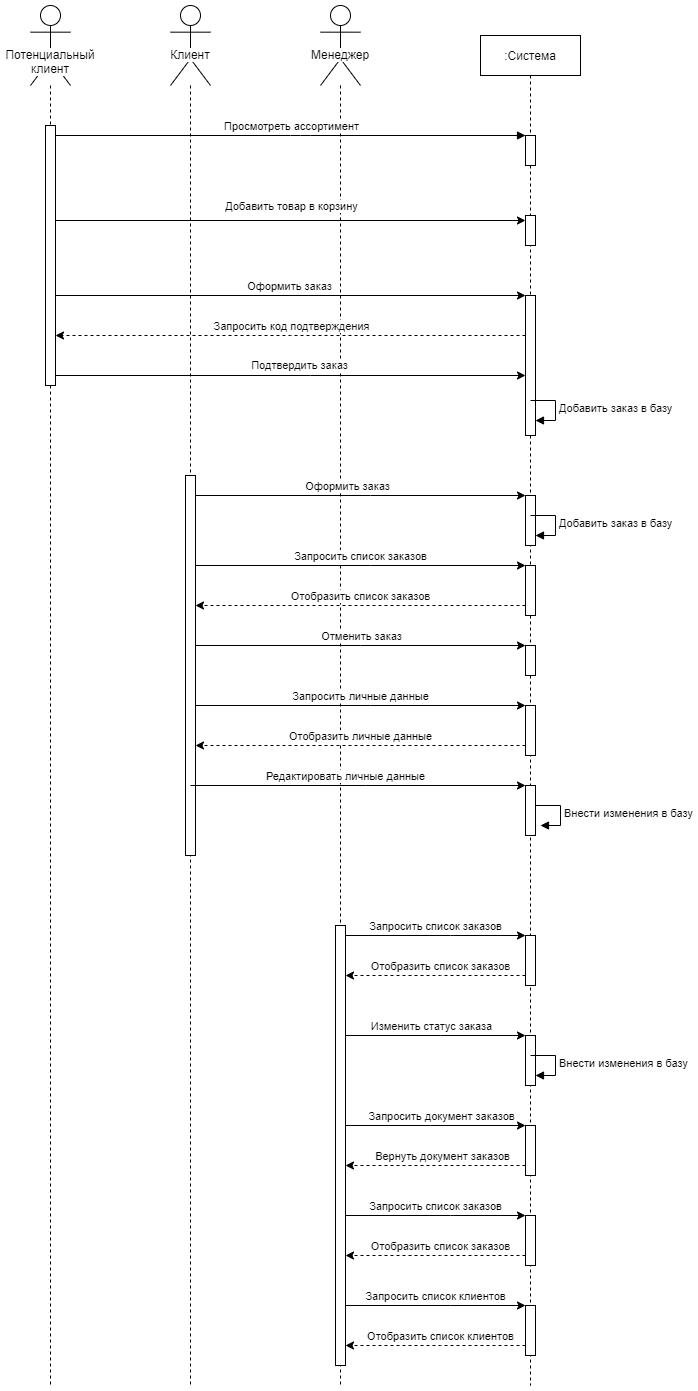
This is Документация/diagrams/sequence.png from pieceee/water-order, a draw.io export, as it was before one commit. Source tidied: cells renumbered, new cells last; positions are measured from the earlier drawing's top-left corner, leaving out a move shared by most shapes.
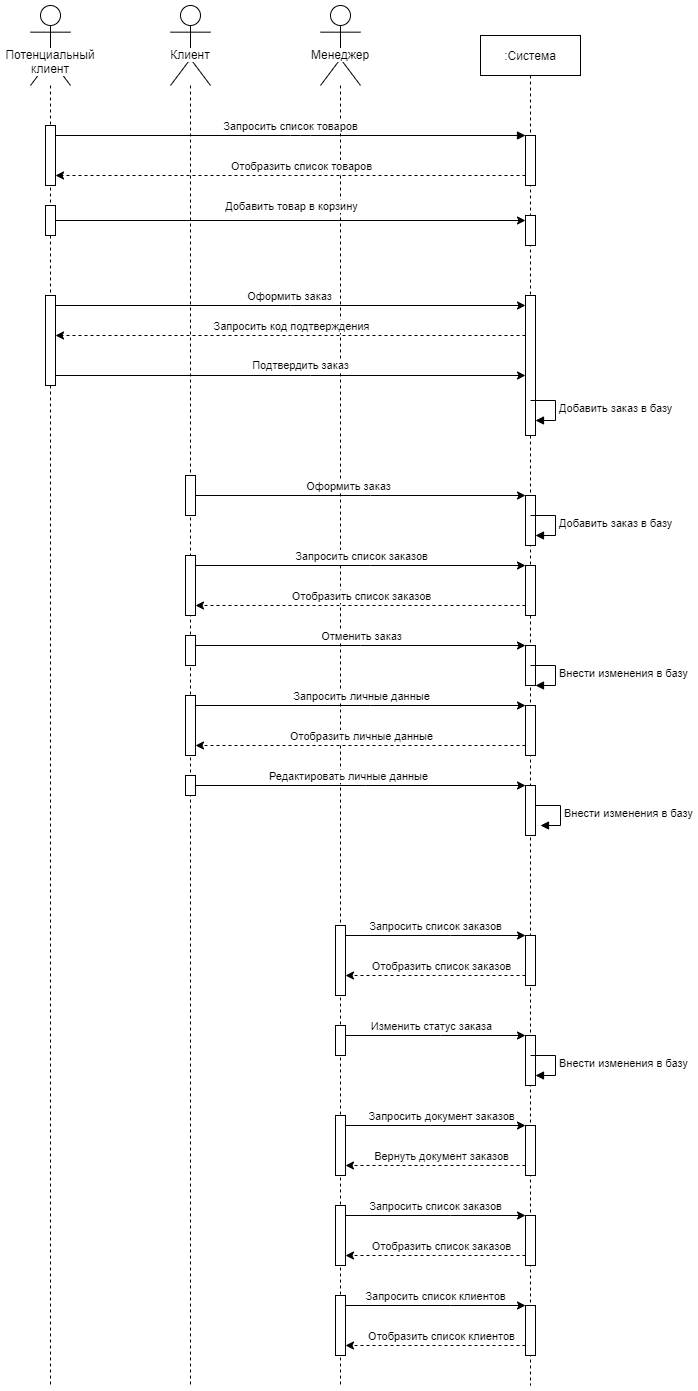
Above is the later version.

Commit message:
activity, sequence(fix)

What changed in the source:
```diff
@@ -6,25 +6,55 @@
       <mxGeometry width="40" height="1380" as="geometry" />
     </mxCell>
     <mxCell id="3" style="html=1;points=[];perimeter=orthogonalPerimeter;" parent="2" vertex="1">
-      <mxGeometry x="15" y="120" width="10" height="260" as="geometry" />
+      <mxGeometry x="15" y="120" width="10" height="60" as="geometry" />
     </mxCell>
+    <mxCell id="66" style="html=1;perimeter=orthogonalPerimeter;" parent="2" vertex="1">
+      <mxGeometry x="15" y="200" width="10" height="30" as="geometry" />
+    </mxCell>
+    <mxCell id="67" style="html=1;points=[];perimeter=orthogonalPerimeter;" parent="2" vertex="1">
+      <mxGeometry x="15" y="290" width="10" height="90" as="geometry" />
+    </mxCell>
     <mxCell id="4" value="Клиент" style="shape=umlLifeline;participant=umlActor;perimeter=lifelinePerimeter;whiteSpace=wrap;html=1;verticalAlign=top;spacingTop=36;labelBackgroundColor=#ffffff;size=80;" parent="1" vertex="1">
       <mxGeometry x="140" width="40" height="1380" as="geometry" />
     </mxCell>
     <mxCell id="5" style="html=1;points=[];perimeter=orthogonalPerimeter;" parent="4" vertex="1">
-      <mxGeometry x="15" y="470" width="10" height="380" as="geometry" />
+      <mxGeometry x="15" y="470" width="10" height="40" as="geometry" />
     </mxCell>
+    <mxCell id="68" style="html=1;points=[];perimeter=orthogonalPerimeter;" parent="4" vertex="1">
+      <mxGeometry x="15" y="550" width="10" height="60" as="geometry" />
+    </mxCell>
+    <mxCell id="69" style="html=1;points=[];perimeter=orthogonalPerimeter;" parent="4" vertex="1">
+      <mxGeometry x="15" y="630" width="10" height="30" as="geometry" />
+    </mxCell>
+    <mxCell id="70" style="html=1;perimeter=orthogonalPerimeter;" parent="4" vertex="1">
+      <mxGeometry x="15" y="690" width="10" height="60" as="geometry" />
+    </mxCell>
+    <mxCell id="71" style="html=1;points=[];perimeter=orthogonalPerimeter;" parent="4" vertex="1">
+      <mxGeometry x="15" y="770" width="10" height="20" as="geometry" />
+    </mxCell>
     <mxCell id="6" value="Менеджер" style="shape=umlLifeline;participant=umlActor;perimeter=lifelinePerimeter;whiteSpace=wrap;html=1;verticalAlign=top;spacingTop=36;labelBackgroundColor=#ffffff;size=80;" parent="1" vertex="1">
       <mxGeometry x="290" width="40" height="1380" as="geometry" />
     </mxCell>
     <mxCell id="7" style="html=1;points=[];perimeter=orthogonalPerimeter;" parent="6" vertex="1">
-      <mxGeometry x="15" y="920" width="10" height="440" as="geometry" />
+      <mxGeometry x="15" y="920" width="10" height="70" as="geometry" />
     </mxCell>
+    <mxCell id="72" style="html=1;points=[];perimeter=orthogonalPerimeter;" parent="6" vertex="1">
+      <mxGeometry x="15" y="1020" width="10" height="30" as="geometry" />
+    </mxCell>
+    <mxCell id="73" style="html=1;points=[];perimeter=orthogonalPerimeter;" parent="6" vertex="1">
+      <mxGeometry x="15" y="1110" width="10" height="60" as="geometry" />
+    </mxCell>
+    <mxCell id="74" style="html=1;perimeter=orthogonalPerimeter;" parent="6" vertex="1">
+      <mxGeometry x="15" y="1200" width="10" height="60" as="geometry" />
+    </mxCell>
+    <mxCell id="75" style="html=1;perimeter=orthogonalPerimeter;" parent="6" vertex="1">
+      <mxGeometry x="15" y="1290" width="10" height="60" as="geometry" />
+    </mxCell>
     <mxCell id="8" value=":Система" style="shape=umlLifeline;perimeter=lifelinePerimeter;whiteSpace=wrap;html=1;" parent="1" vertex="1">
       <mxGeometry x="450" y="30" width="100" height="1350" as="geometry" />
     </mxCell>
     <mxCell id="9" style="html=1;points=[];perimeter=orthogonalPerimeter;" parent="8" vertex="1">
-      <mxGeometry x="45" y="100" width="10" height="30" as="geometry" />
+      <mxGeometry x="45" y="100" width="10" height="50" as="geometry" />
     </mxCell>
     <mxCell id="10" style="html=1;points=[];perimeter=orthogonalPerimeter;" parent="8" vertex="1">
       <mxGeometry x="45" y="180" width="10" height="30" as="geometry" />
@@ -39,7 +69,7 @@
       <mxGeometry x="45" y="530" width="10" height="50" as="geometry" />
     </mxCell>
     <mxCell id="14" style="html=1;points=[];perimeter=orthogonalPerimeter;" parent="8" vertex="1">
-      <mxGeometry x="45" y="610" width="10" height="30" as="geometry" />
+      <mxGeometry x="45" y="610" width="10" height="40" as="geometry" />
     </mxCell>
     <mxCell id="15" style="html=1;points=[];perimeter=orthogonalPerimeter;" parent="8" vertex="1">
       <mxGeometry x="45" y="670" width="10" height="50" as="geometry" />
@@ -73,19 +103,6 @@
     <mxCell id="20" style="html=1;points=[];perimeter=orthogonalPerimeter;" parent="8" vertex="1">
       <mxGeometry x="45" y="750" width="10" height="50" as="geometry" />
     </mxCell>
-    <mxCell id="21" style="edgeStyle=none;rounded=0;jettySize=auto;html=1;" parent="8" edge="1" target="20">
-      <mxGeometry relative="1" as="geometry">
-        <mxPoint x="-290" y="750" as="sourcePoint" />
-        <Array as="points">
-          <mxPoint x="-115" y="750" />
-        </Array>
-      </mxGeometry>
-    </mxCell>
-    <mxCell id="22" value="Редактировать личные данные" style="edgeLabel;html=1;align=center;verticalAlign=middle;" parent="21" vertex="1">
-      <mxGeometry x="0.06" y="23" relative="1" as="geometry">
-        <mxPoint x="-23" y="13" as="offset" />
-      </mxGeometry>
-    </mxCell>
     <mxCell id="23" value="Внести изменения в базу" style="edgeStyle=orthogonalEdgeStyle;html=1;align=left;spacingLeft=2;endArrow=block;rounded=0;entryX=1;entryY=0;" parent="8" edge="1">
       <mxGeometry relative="1" as="geometry">
         <mxPoint x="55" y="770" as="sourcePoint" />
@@ -162,7 +179,7 @@
         <mxPoint x="-13" y="-14" as="offset" />
       </mxGeometry>
     </mxCell>
-    <mxCell id="37" value="Просмотреть ассортимент" style="html=1;verticalAlign=bottom;endArrow=block;" parent="1" edge="1" source="3" target="9">
+    <mxCell id="37" value="Запросить список товаров" style="html=1;verticalAlign=bottom;endArrow=block;" parent="1" edge="1" source="3" target="9">
       <mxGeometry relative="1" as="geometry">
         <Array as="points">
           <mxPoint x="270" y="130" />
@@ -179,15 +196,19 @@
         <mxPoint x="-16" y="-14" as="offset" />
       </mxGeometry>
     </mxCell>
-    <mxCell id="40" style="edgeStyle=none;rounded=0;jettySize=auto;html=1;" parent="1" edge="1" source="3" target="11">
-      <mxGeometry relative="1" as="geometry" />
+    <mxCell id="40" style="edgeStyle=none;rounded=0;jettySize=auto;html=1;" parent="1" edge="1" source="67" target="11">
+      <mxGeometry relative="1" as="geometry">
+        <Array as="points">
+          <mxPoint x="260" y="300" />
+        </Array>
+      </mxGeometry>
     </mxCell>
     <mxCell id="41" value="Оформить заказ" style="edgeLabel;html=1;align=center;verticalAlign=middle;" parent="40" vertex="1">
       <mxGeometry x="-0.14" y="1" relative="1" as="geometry">
         <mxPoint x="32" y="-9" as="offset" />
       </mxGeometry>
     </mxCell>
-    <mxCell id="42" style="edgeStyle=none;rounded=0;jettySize=auto;html=1;dashed=1;" parent="1" edge="1" source="11" target="3">
+    <mxCell id="42" style="edgeStyle=none;rounded=0;jettySize=auto;html=1;dashed=1;" parent="1" edge="1" source="11" target="67">
       <mxGeometry relative="1" as="geometry">
         <Array as="points">
           <mxPoint x="260" y="330" />
@@ -199,7 +220,7 @@
         <mxPoint x="-59" y="-8" as="offset" />
       </mxGeometry>
     </mxCell>
-    <mxCell id="44" value="Подтвердить заказ" style="edgeStyle=none;rounded=0;jettySize=auto;html=1;" parent="1" edge="1" source="3" target="11">
+    <mxCell id="44" value="Подтвердить заказ" style="edgeStyle=none;rounded=0;jettySize=auto;html=1;" parent="1" edge="1" source="67" target="11">
       <mxGeometry x="0.09" y="14" relative="1" as="geometry">
         <Array as="points">
           <mxPoint x="280" y="370" />
@@ -228,7 +249,7 @@
         </Array>
       </mxGeometry>
     </mxCell>
-    <mxCell id="48" style="edgeStyle=none;rounded=0;jettySize=auto;html=1;" parent="1" edge="1" source="5" target="13">
+    <mxCell id="48" style="edgeStyle=none;rounded=0;jettySize=auto;html=1;" parent="1" edge="1" source="68" target="13">
       <mxGeometry relative="1" as="geometry">
         <Array as="points">
           <mxPoint x="340" y="560" />
@@ -240,7 +261,7 @@
         <mxPoint x="-10" y="5" as="offset" />
       </mxGeometry>
     </mxCell>
-    <mxCell id="50" style="edgeStyle=none;rounded=0;jettySize=auto;html=1;dashed=1;" parent="1" edge="1" source="13" target="5">
+    <mxCell id="50" style="edgeStyle=none;rounded=0;jettySize=auto;html=1;dashed=1;" parent="1" edge="1" source="13" target="68">
       <mxGeometry relative="1" as="geometry">
         <Array as="points">
           <mxPoint x="330" y="600" />
@@ -261,7 +282,7 @@
         </Array>
       </mxGeometry>
     </mxCell>
-    <mxCell id="53" style="edgeStyle=none;rounded=0;jettySize=auto;html=1;" parent="1" edge="1" source="5" target="14">
+    <mxCell id="53" style="edgeStyle=none;rounded=0;jettySize=auto;html=1;" parent="1" edge="1" source="69" target="14">
       <mxGeometry relative="1" as="geometry">
         <Array as="points">
           <mxPoint x="330" y="640" />
@@ -297,7 +318,7 @@
         <mxPoint x="-13" y="-14" as="offset" />
       </mxGeometry>
     </mxCell>
-    <mxCell id="59" style="edgeStyle=none;rounded=0;jettySize=auto;html=1;" parent="1" edge="1" source="7" target="25">
+    <mxCell id="59" style="edgeStyle=none;rounded=0;jettySize=auto;html=1;" parent="1" edge="1" source="72" target="25">
       <mxGeometry relative="1" as="geometry">
         <Array as="points">
           <mxPoint x="410" y="1030" />
@@ -318,7 +339,7 @@
         </Array>
       </mxGeometry>
     </mxCell>
-    <mxCell id="62" style="edgeStyle=none;rounded=0;jettySize=auto;html=1;" parent="1" edge="1" source="7" target="31">
+    <mxCell id="62" style="edgeStyle=none;rounded=0;jettySize=auto;html=1;" parent="1" edge="1" source="73" target="31">
       <mxGeometry relative="1" as="geometry">
         <Array as="points">
           <mxPoint x="400" y="1120" />
@@ -330,7 +351,7 @@
         <mxPoint x="25" y="-7" as="offset" />
       </mxGeometry>
     </mxCell>
-    <mxCell id="64" style="edgeStyle=none;rounded=0;jettySize=auto;html=1;dashed=1;" parent="1" edge="1" source="31" target="7">
+    <mxCell id="64" style="edgeStyle=none;rounded=0;jettySize=auto;html=1;dashed=1;" parent="1" edge="1" source="31" target="73">
       <mxGeometry relative="1" as="geometry">
         <Array as="points">
           <mxPoint x="400" y="1160" />
@@ -342,5 +363,38 @@
         <mxPoint x="-27" y="-11" as="offset" />
       </mxGeometry>
     </mxCell>
+    <mxCell id="76" value="Внести изменения в базу" style="edgeStyle=orthogonalEdgeStyle;html=1;align=left;spacingLeft=2;endArrow=block;rounded=0;entryX=1;entryY=0;" parent="1" edge="1">
+      <mxGeometry relative="1" as="geometry">
+        <mxPoint x="500" y="660" as="sourcePoint" />
+        <mxPoint x="505" y="680" as="targetPoint" />
+        <Array as="points">
+          <mxPoint x="525" y="660" />
+        </Array>
+      </mxGeometry>
+    </mxCell>
+    <mxCell id="77" style="edgeStyle=none;rounded=0;jettySize=auto;html=1;dashed=1;" parent="1" edge="1" source="9" target="3">
+      <mxGeometry relative="1" as="geometry">
+        <Array as="points">
+          <mxPoint x="260" y="170" />
+        </Array>
+      </mxGeometry>
+    </mxCell>
+    <mxCell id="78" value="Отобразить список товаров" style="edgeLabel;html=1;align=center;verticalAlign=middle;" parent="77" vertex="1">
+      <mxGeometry y="-19" relative="1" as="geometry">
+        <mxPoint x="10" y="9" as="offset" />
+      </mxGeometry>
+    </mxCell>
+    <mxCell id="21" style="edgeStyle=none;rounded=0;jettySize=auto;html=1;" parent="1" edge="1" source="71" target="20">
+      <mxGeometry relative="1" as="geometry">
+        <Array as="points">
+          <mxPoint x="335" y="780" />
+        </Array>
+      </mxGeometry>
+    </mxCell>
+    <mxCell id="22" value="Редактировать личные данные" style="edgeLabel;html=1;align=center;verticalAlign=middle;" parent="21" vertex="1">
+      <mxGeometry x="0.06" y="23" relative="1" as="geometry">
+        <mxPoint x="-23" y="13" as="offset" />
+      </mxGeometry>
+    </mxCell>
   </root>
 </mxGraphModel>
```
